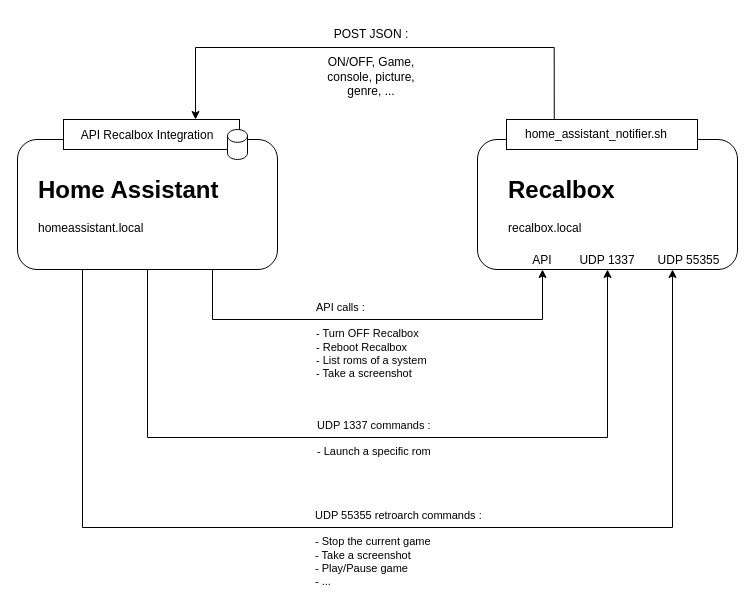
Earlier version of the draw.io diagram docs/RecalboxHomeAssistantArchitecture.drawio (tototo23/RecalboxHomeAssistant). Source tidied: cells renumbered, new cells numbered last; positions are measured from the earlier drawing's top-left corner, leaving out a move shared by most shapes. Both pictures are drawn from the tidied source at 100%, with x=0, y=0 at pixel (17, 17).
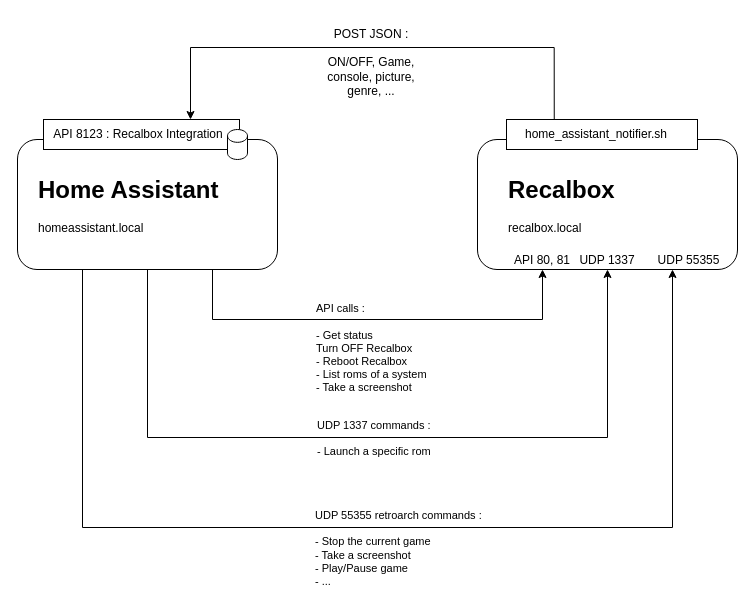
Above is the later version.

Commit message (it also covers changes not shown here):
Update architecture pics

The change refers to these unchanged cells:
```xml
<mxCell id="4" style="edgeStyle=orthogonalEdgeStyle;rounded=0;jettySize=auto;html=1;exitX=0.75;exitY=1;exitDx=0;exitDy=0;entryX=0.25;entryY=1;entryDx=0;entryDy=0;" parent="1" edge="1" source="9" target="2">
  <mxGeometry relative="1" as="geometry">
    <Array as="points">
      <mxPoint x="195" y="302" />
      <mxPoint x="525" y="302" />
    </Array>
  </mxGeometry>
</mxCell>
<mxCell id="14" style="rounded=0;whiteSpace=wrap;html=1;" parent="1" vertex="1">
  <mxGeometry x="489" y="102" width="191" height="30" as="geometry" />
</mxCell>
```

Change to the diagram source:
```diff
@@
-    <mxCell id="5" value="API calls :&lt;div&gt;&lt;div&gt;&lt;br&gt;&lt;/div&gt;&lt;div&gt;- Turn OFF Recalbox&lt;/div&gt;&lt;div&gt;- Reboot Recalbox&lt;/div&gt;&lt;div&gt;- List roms of a system&lt;/div&gt;&lt;div&gt;- Take a screenshot&lt;/div&gt;&lt;/div&gt;" style="edgeLabel;html=1;align=left;verticalAlign=middle;spacingTop=0;spacingLeft=0;spacingBottom=0;spacingRight=0;textShadow=0;labelBorderColor=none;spacing=0;labelBackgroundColor=none;" parent="4" vertex="1">
+    <mxCell id="5" value="API calls :&lt;div&gt;&lt;div&gt;&lt;br&gt;&lt;/div&gt;&lt;div&gt;- Get status&lt;/div&gt;&lt;div&gt;Turn OFF Recalbox&lt;/div&gt;&lt;div&gt;- Reboot Recalbox&lt;/div&gt;&lt;div&gt;- List roms of a system&lt;/div&gt;&lt;div&gt;- Take a screenshot&lt;/div&gt;&lt;/div&gt;" style="edgeLabel;html=1;align=left;verticalAlign=middle;spacingTop=0;spacingLeft=0;spacingBottom=0;spacingRight=0;textShadow=0;labelBorderColor=none;spacing=0;labelBackgroundColor=none;" parent="4" vertex="1">
       <mxGeometry x="-0.05" y="-4" relative="1" as="geometry">
-        <mxPoint x="-50" y="16" as="offset" />
+        <mxPoint x="-50" y="24" as="offset" />
       </mxGeometry>
     </mxCell>
@@
     <mxCell id="11" style="rounded=0;whiteSpace=wrap;html=1;" parent="1" vertex="1">
-      <mxGeometry x="46" y="102" width="176" height="30" as="geometry" />
+      <mxGeometry x="26" y="102" width="196" height="30" as="geometry" />
     </mxCell>
-    <mxCell id="12" value="API Recalbox Integration" style="text;html=1;whiteSpace=wrap;strokeColor=none;fillColor=none;align=center;verticalAlign=middle;rounded=0;" parent="1" vertex="1">
-      <mxGeometry x="54" y="103" width="152" height="30" as="geometry" />
+    <mxCell id="12" value="API 8123 : Recalbox Integration" style="text;html=1;whiteSpace=wrap;strokeColor=none;fillColor=none;align=center;verticalAlign=middle;rounded=0;" parent="1" vertex="1">
+      <mxGeometry x="26" y="102" width="190" height="30" as="geometry" />
     </mxCell>
     <mxCell id="13" style="edgeStyle=orthogonalEdgeStyle;rounded=0;jettySize=auto;html=1;exitX=0.25;exitY=0;exitDx=0;exitDy=0;entryX=0.75;entryY=0;entryDx=0;entryDy=0;" parent="1" edge="1" source="14" target="11">
       <mxGeometry relative="1" as="geometry">
         <Array as="points">
           <mxPoint x="537" y="30" />
-          <mxPoint x="178" y="30" />
+          <mxPoint x="173" y="30" />
         </Array>
       </mxGeometry>
     </mxCell>
@@
-    <mxCell id="18" value="API" style="text;html=1;whiteSpace=wrap;strokeColor=none;fillColor=none;align=center;verticalAlign=middle;rounded=0;" parent="1" vertex="1">
+    <mxCell id="18" value="API 80, 81" style="text;html=1;whiteSpace=wrap;strokeColor=none;fillColor=none;align=center;verticalAlign=middle;rounded=0;" parent="1" vertex="1">
       <mxGeometry x="495" y="228" width="60" height="30" as="geometry" />
     </mxCell>
```
